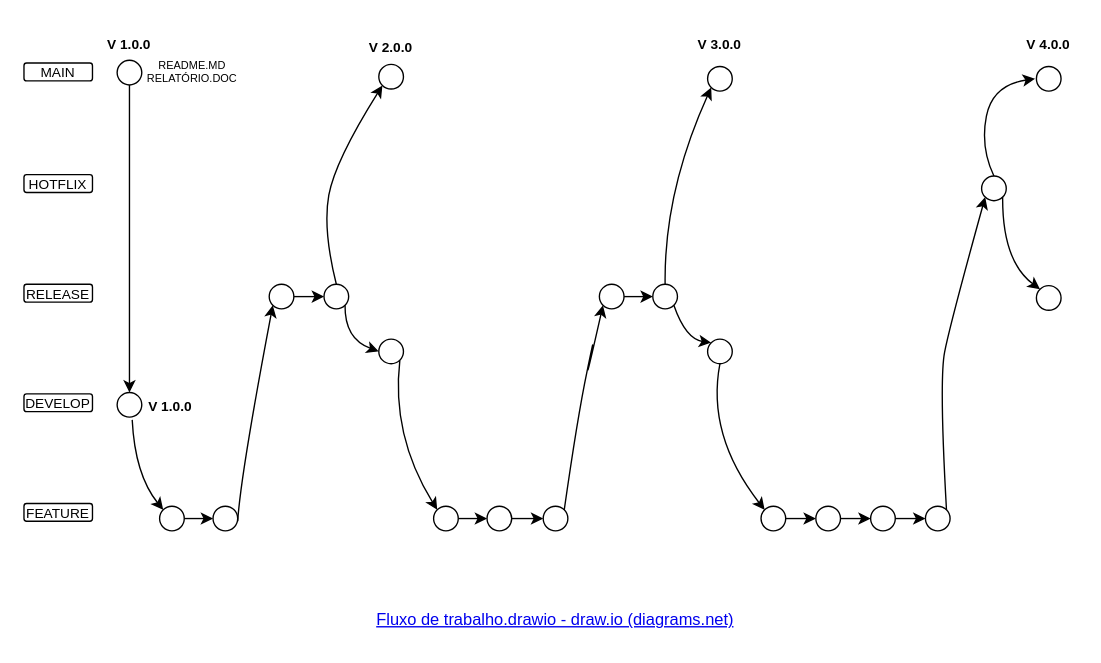
This is Fluxo de trabalho.drawio from NandoBalzaneli/Projeto-Integrador-01, a draw.io file, before an edit. Source tidied: cells renumbered, new cells numbered last; positions are measured from the earlier drawing's top-left corner, leaving out a move shared by most shapes. Both pictures are drawn from the tidied source at 137%, with x=0, y=0 at pixel (23, 23).
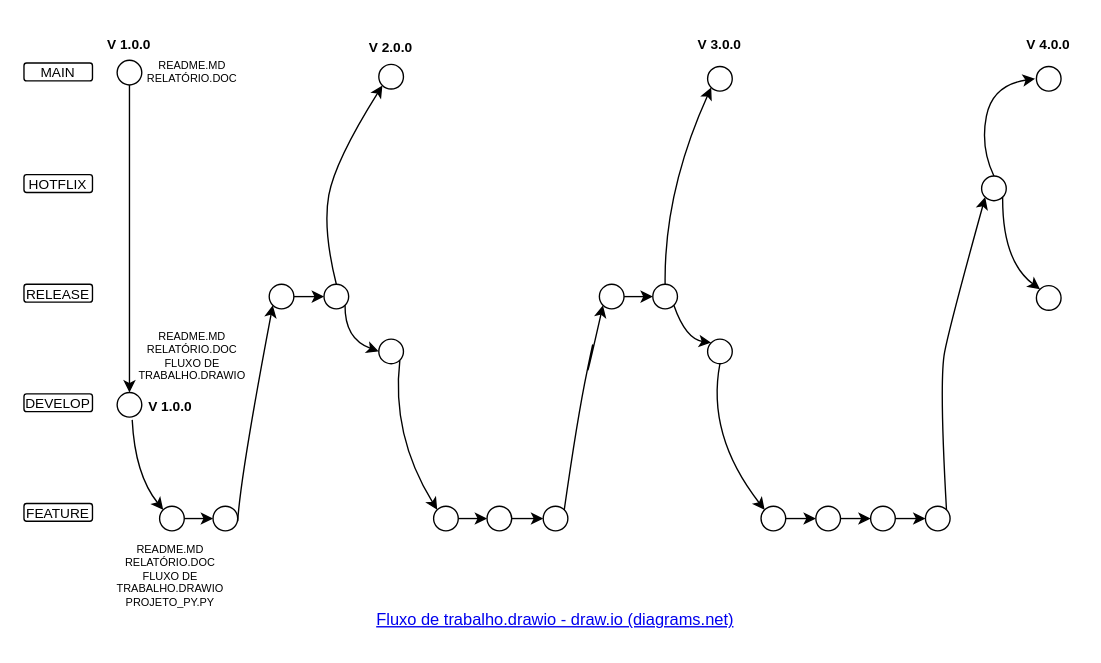
Above is the later version.

Diff of the diagram source:
```diff
@@
+    <mxCell id="59" value="&lt;font style=&quot;font-size: 8px;&quot;&gt;README.MD&lt;/font&gt;&lt;div style=&quot;font-size: 8px;&quot;&gt;&lt;font style=&quot;font-size: 8px;&quot;&gt;RELATÓRIO.DOC&lt;/font&gt;&lt;/div&gt;&lt;div style=&quot;font-size: 8px;&quot;&gt;FLUXO DE TRABALHO.DRAWIO&lt;/div&gt;" style="text;html=1;align=center;verticalAlign=middle;whiteSpace=wrap;rounded=0;fontSize=8;strokeWidth=1;spacing=2;" parent="1" vertex="1">
+      <mxGeometry x="98" y="233" width="50" height="19" as="geometry" />
+    </mxCell>
+    <mxCell id="60" value="&lt;font style=&quot;font-size: 8px;&quot;&gt;README.MD&lt;/font&gt;&lt;div style=&quot;font-size: 8px;&quot;&gt;&lt;font style=&quot;font-size: 8px;&quot;&gt;RELATÓRIO.DOC&lt;/font&gt;&lt;/div&gt;&lt;div style=&quot;font-size: 8px;&quot;&gt;FLUXO DE TRABALHO.DRAWIO&lt;/div&gt;&lt;div style=&quot;font-size: 8px;&quot;&gt;PROJETO_PY.PY&lt;/div&gt;" style="text;html=1;align=center;verticalAlign=middle;whiteSpace=wrap;rounded=0;fontSize=8;strokeWidth=1;spacing=2;" parent="1" vertex="1">
+      <mxGeometry x="82" y="393" width="50" height="19" as="geometry" />
+    </mxCell>
```
